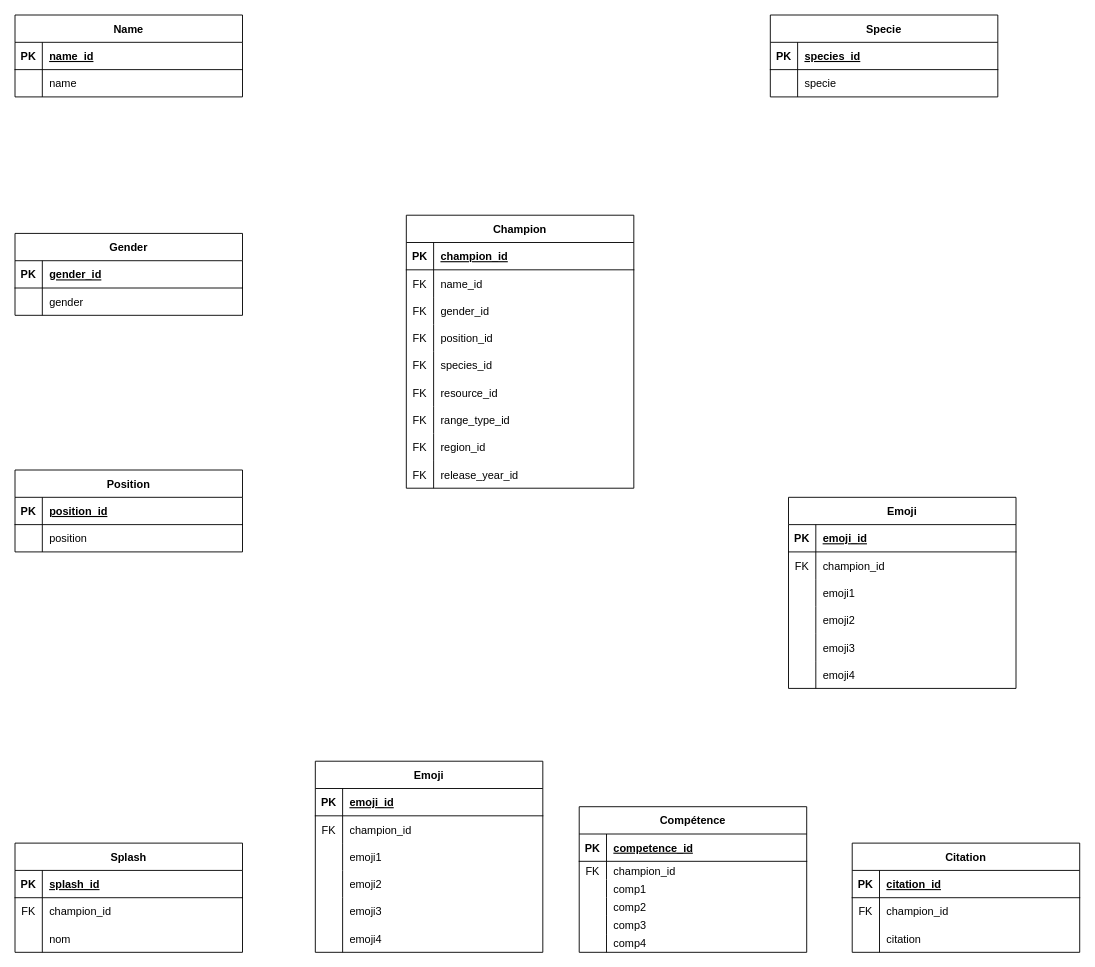
CamilleSimon/BTS2-CIEL-IR-MCD-2024-2025 keeps this draw.io diagram as Diagramme sans nom.drawio. Above is the earlier version. Source tidied: cells renumbered, new cells numbered last; positions are measured from the earlier drawing's top-left corner, leaving out a move shared by most shapes. Both pictures are drawn from the tidied source at 91%, with x=0, y=0 at pixel (15, 15).
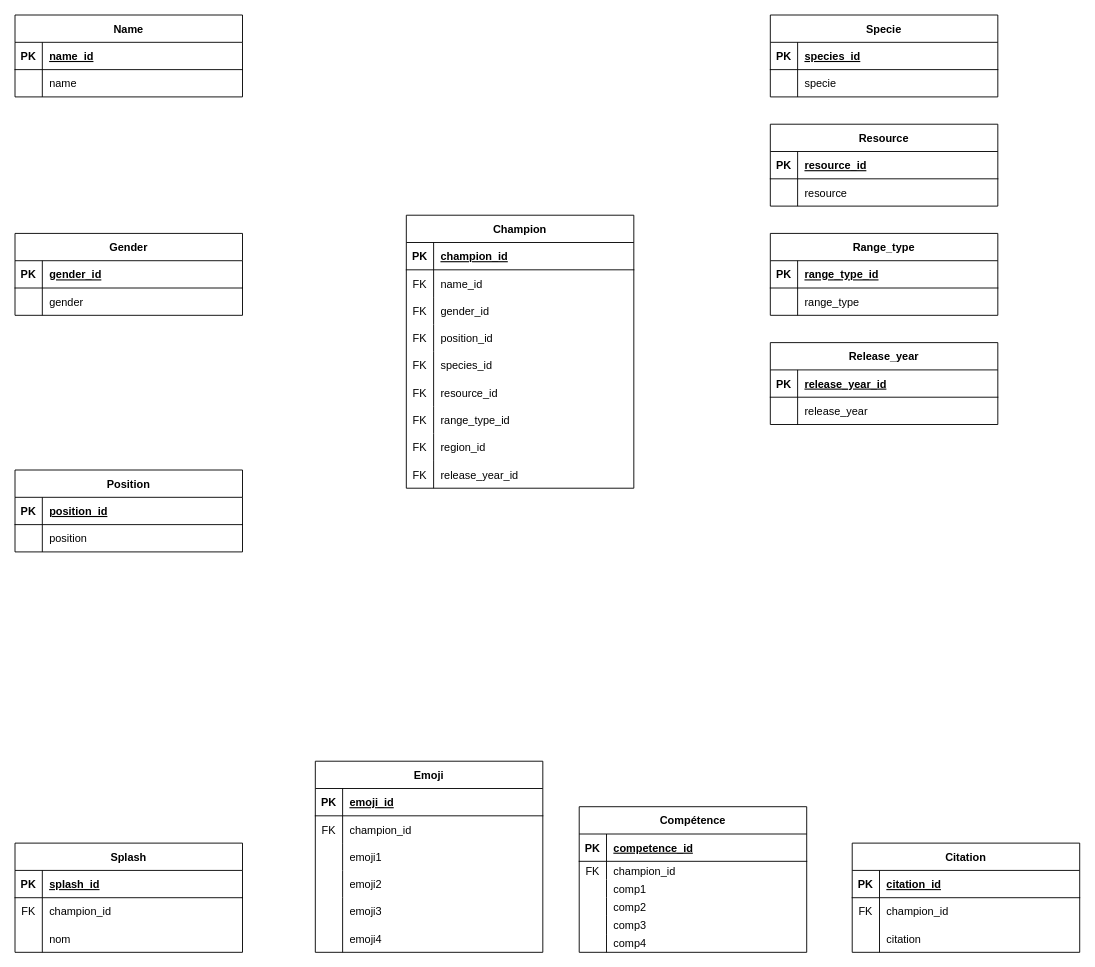
After the change.

Commit message (it also covers changes not shown here):
Mettre à jour Diagramme sans nom.drawio

Unchanged cells that the change refers to:
```xml
<mxCell id="117" style="shape=partialRectangle;fillColor=none;top=0;left=0;right=0;bottom=1;" parent="116" vertex="1">
  <mxGeometry y="30" width="250" height="30" as="geometry" />
</mxCell>
<mxCell id="120" style="shape=partialRectangle;fillColor=none;top=0;left=0;right=0;bottom=0;" parent="116" vertex="1">
  <mxGeometry y="60" width="250" height="30" as="geometry" />
</mxCell>
```

Diff of the diagram source:
```diff
@@
-    <mxCell id="116" value="Emoji" style="shape=table;startSize=30;childLayout=tableLayout;rowLines=0;fontStyle=1;align=center;" parent="1" vertex="1">
-      <mxGeometry x="850" y="530" width="250" height="210" as="geometry" />
+    <mxCell id="116" value="Resource" style="shape=table;startSize=30;childLayout=tableLayout;rowLines=0;fontStyle=1;align=center;" parent="1" vertex="1">
+      <mxGeometry x="830" y="120" width="250" height="90" as="geometry" />
     </mxCell>
@@
-    <mxCell id="119" value="emoji_id" style="shape=partialRectangle;overflow=hidden;fillColor=none;top=0;left=0;bottom=0;right=0;align=left;spacingLeft=6;fontStyle=5;" parent="117" vertex="1">
+    <mxCell id="119" value="resource_id" style="shape=partialRectangle;overflow=hidden;fillColor=none;top=0;left=0;bottom=0;right=0;align=left;spacingLeft=6;fontStyle=5;" parent="117" vertex="1">
       <mxGeometry x="30" width="220" height="30" as="geometry" />
     </mxCell>
@@
-    <mxCell id="121" value="FK" style="shape=partialRectangle;overflow=hidden;fillColor=none;top=0;left=0;bottom=0;right=0;" parent="120" vertex="1">
+    <mxCell id="121" style="shape=partialRectangle;overflow=hidden;fillColor=none;top=0;left=0;bottom=0;right=0;" parent="120" vertex="1">
       <mxGeometry width="30" height="30" as="geometry" />
     </mxCell>
-    <mxCell id="122" value="champion_id" style="shape=partialRectangle;overflow=hidden;fillColor=none;top=0;left=0;bottom=0;right=0;align=left;spacingLeft=6;" parent="120" vertex="1">
+    <mxCell id="122" value="resource" style="shape=partialRectangle;overflow=hidden;fillColor=none;top=0;left=0;bottom=0;right=0;align=left;spacingLeft=6;" parent="120" vertex="1">
       <mxGeometry x="30" width="220" height="30" as="geometry" />
     </mxCell>
-    <mxCell id="123" style="shape=partialRectangle;fillColor=none;top=0;left=0;right=0;bottom=0;" parent="116" vertex="1">
-      <mxGeometry y="90" width="250" height="30" as="geometry" />
-    </mxCell>
-    <mxCell id="124" style="shape=partialRectangle;overflow=hidden;fillColor=none;top=0;left=0;bottom=0;right=0;" parent="123" vertex="1">
-      <mxGeometry width="30" height="30" as="geometry" />
-    </mxCell>
-    <mxCell id="125" value="emoji1" style="shape=partialRectangle;overflow=hidden;fillColor=none;top=0;left=0;bottom=0;right=0;align=left;spacingLeft=6;" parent="123" vertex="1">
-      <mxGeometry x="30" width="220" height="30" as="geometry" />
-    </mxCell>
-    <mxCell id="126" style="shape=partialRectangle;fillColor=none;top=0;left=0;right=0;bottom=0;" parent="116" vertex="1">
-      <mxGeometry y="120" width="250" height="30" as="geometry" />
-    </mxCell>
-    <mxCell id="127" style="shape=partialRectangle;overflow=hidden;fillColor=none;top=0;left=0;bottom=0;right=0;" parent="126" vertex="1">
-      <mxGeometry width="30" height="30" as="geometry" />
-    </mxCell>
-    <mxCell id="128" value="emoji2" style="shape=partialRectangle;overflow=hidden;fillColor=none;top=0;left=0;bottom=0;right=0;align=left;spacingLeft=6;" parent="126" vertex="1">
-      <mxGeometry x="30" width="220" height="30" as="geometry" />
-    </mxCell>
-    <mxCell id="129" style="shape=partialRectangle;fillColor=none;top=0;left=0;right=0;bottom=0;" parent="116" vertex="1">
-      <mxGeometry y="150" width="250" height="30" as="geometry" />
-    </mxCell>
-    <mxCell id="130" style="shape=partialRectangle;overflow=hidden;fillColor=none;top=0;left=0;bottom=0;right=0;" parent="129" vertex="1">
-      <mxGeometry width="30" height="30" as="geometry" />
-    </mxCell>
-    <mxCell id="131" value="emoji3" style="shape=partialRectangle;overflow=hidden;fillColor=none;top=0;left=0;bottom=0;right=0;align=left;spacingLeft=6;" parent="129" vertex="1">
-      <mxGeometry x="30" width="220" height="30" as="geometry" />
-    </mxCell>
-    <mxCell id="132" style="shape=partialRectangle;fillColor=none;top=0;left=0;right=0;bottom=0;" parent="116" vertex="1">
-      <mxGeometry y="180" width="250" height="30" as="geometry" />
-    </mxCell>
-    <mxCell id="133" style="shape=partialRectangle;overflow=hidden;fillColor=none;top=0;left=0;bottom=0;right=0;" parent="132" vertex="1">
-      <mxGeometry width="30" height="30" as="geometry" />
-    </mxCell>
-    <mxCell id="134" value="emoji4" style="shape=partialRectangle;overflow=hidden;fillColor=none;top=0;left=0;bottom=0;right=0;align=left;spacingLeft=6;" parent="132" vertex="1">
-      <mxGeometry x="30" width="220" height="30" as="geometry" />
-    </mxCell>
+    <mxCell id="135" value="Release_year" style="shape=table;startSize=30;childLayout=tableLayout;rowLines=0;fontStyle=1;align=center;" parent="1" vertex="1">
+      <mxGeometry x="830" y="360" width="250" height="90" as="geometry" />
+    </mxCell>
+    <mxCell id="136" style="shape=partialRectangle;fillColor=none;top=0;left=0;right=0;bottom=1;" parent="135" vertex="1">
+      <mxGeometry y="30" width="250" height="30" as="geometry" />
+    </mxCell>
+    <mxCell id="137" value="PK" style="shape=partialRectangle;overflow=hidden;fillColor=none;top=0;left=0;bottom=0;right=0;fontStyle=1;" parent="136" vertex="1">
+      <mxGeometry width="30" height="30" as="geometry" />
+    </mxCell>
+    <mxCell id="138" value="release_year_id" style="shape=partialRectangle;overflow=hidden;fillColor=none;top=0;left=0;bottom=0;right=0;align=left;spacingLeft=6;fontStyle=5;" parent="136" vertex="1">
+      <mxGeometry x="30" width="220" height="30" as="geometry" />
+    </mxCell>
+    <mxCell id="139" style="shape=partialRectangle;fillColor=none;top=0;left=0;right=0;bottom=0;" parent="135" vertex="1">
+      <mxGeometry y="60" width="250" height="30" as="geometry" />
+    </mxCell>
+    <mxCell id="140" style="shape=partialRectangle;overflow=hidden;fillColor=none;top=0;left=0;bottom=0;right=0;" parent="139" vertex="1">
+      <mxGeometry width="30" height="30" as="geometry" />
+    </mxCell>
+    <mxCell id="141" value="release_year" style="shape=partialRectangle;overflow=hidden;fillColor=none;top=0;left=0;bottom=0;right=0;align=left;spacingLeft=6;" parent="139" vertex="1">
+      <mxGeometry x="30" width="220" height="30" as="geometry" />
+    </mxCell>
+    <mxCell id="142" value="Range_type" style="shape=table;startSize=30;childLayout=tableLayout;rowLines=0;fontStyle=1;align=center;" parent="1" vertex="1">
+      <mxGeometry x="830" y="240" width="250" height="90" as="geometry" />
+    </mxCell>
+    <mxCell id="143" style="shape=partialRectangle;fillColor=none;top=0;left=0;right=0;bottom=1;" parent="142" vertex="1">
+      <mxGeometry y="30" width="250" height="30" as="geometry" />
+    </mxCell>
+    <mxCell id="144" value="PK" style="shape=partialRectangle;overflow=hidden;fillColor=none;top=0;left=0;bottom=0;right=0;fontStyle=1;" parent="143" vertex="1">
+      <mxGeometry width="30" height="30" as="geometry" />
+    </mxCell>
+    <mxCell id="145" value="range_type_id" style="shape=partialRectangle;overflow=hidden;fillColor=none;top=0;left=0;bottom=0;right=0;align=left;spacingLeft=6;fontStyle=5;" parent="143" vertex="1">
+      <mxGeometry x="30" width="220" height="30" as="geometry" />
+    </mxCell>
+    <mxCell id="146" style="shape=partialRectangle;fillColor=none;top=0;left=0;right=0;bottom=0;" parent="142" vertex="1">
+      <mxGeometry y="60" width="250" height="30" as="geometry" />
+    </mxCell>
+    <mxCell id="147" style="shape=partialRectangle;overflow=hidden;fillColor=none;top=0;left=0;bottom=0;right=0;" parent="146" vertex="1">
+      <mxGeometry width="30" height="30" as="geometry" />
+    </mxCell>
+    <mxCell id="148" value="range_type" style="shape=partialRectangle;overflow=hidden;fillColor=none;top=0;left=0;bottom=0;right=0;align=left;spacingLeft=6;" parent="146" vertex="1">
+      <mxGeometry x="30" width="220" height="30" as="geometry" />
+    </mxCell>
```
